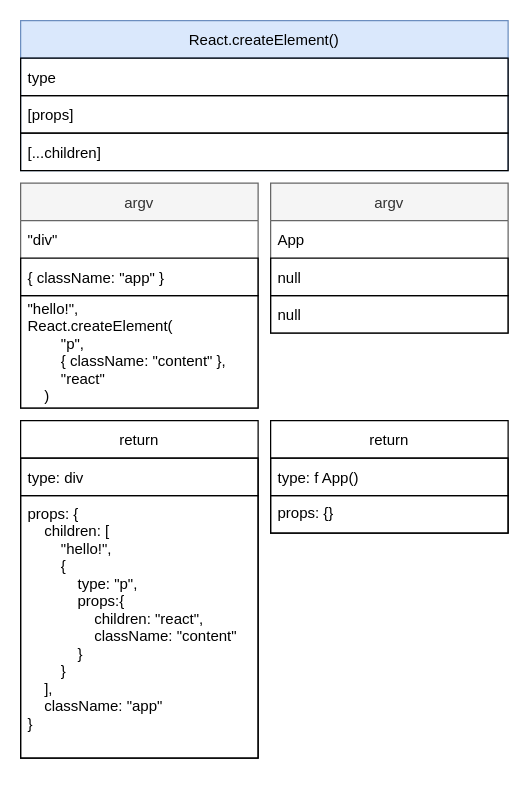
Above: react_source.drawio in qqqqqcy/processon (draw.io), before the change. Source tidied: cells renumbered, new cells numbered last; positions are measured from the earlier drawing's top-left corner, leaving out a move shared by most shapes. Both pictures are drawn from the tidied source at 125%, with x=0, y=0 at pixel (20, 20).
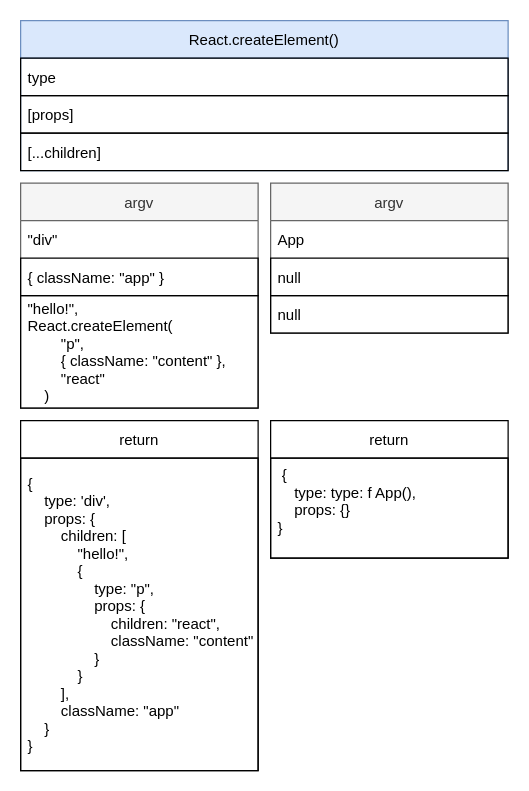
The same diagram, later.

The edit, as a diff of the source:
```diff
@@
 <mxGraphModel>
   <root>
     <mxCell id="0" />
     <mxCell id="1" parent="0" />
     <mxCell id="2" value="React.createElement()" style="swimlane;fontStyle=0;horizontal=1;startSize=30;fillColor=#dae8fc;strokeColor=#6c8ebf;" parent="1" vertex="1">
       <mxGeometry width="390" height="120" as="geometry" />
     </mxCell>
     <mxCell id="3" value="type" style="text;strokeColor=default;fillColor=none;align=left;verticalAlign=middle;spacingLeft=4;spacingRight=4;overflow=hidden;" parent="2" vertex="1">
       <mxGeometry y="30" width="390" height="30" as="geometry" />
     </mxCell>
     <mxCell id="4" value="[props]" style="text;strokeColor=default;fillColor=none;align=left;verticalAlign=middle;spacingLeft=4;spacingRight=4;overflow=hidden;" parent="2" vertex="1">
       <mxGeometry y="60" width="390" height="30" as="geometry" />
     </mxCell>
     <mxCell id="5" value="[...children]" style="text;strokeColor=default;fillColor=none;align=left;verticalAlign=middle;spacingLeft=4;spacingRight=4;overflow=hidden;" parent="2" vertex="1">
       <mxGeometry y="90" width="390" height="30" as="geometry" />
     </mxCell>
     <mxCell id="6" value="argv" style="swimlane;fontStyle=0;horizontal=1;startSize=30;fillColor=#f5f5f5;fontColor=#333333;strokeColor=#666666;" parent="1" vertex="1">
       <mxGeometry y="130" width="190" height="180" as="geometry" />
     </mxCell>
     <mxCell id="7" value="&quot;div&quot;" style="text;strokeColor=none;fillColor=none;align=left;verticalAlign=middle;spacingLeft=4;spacingRight=4;overflow=hidden;" parent="6" vertex="1">
       <mxGeometry y="30" width="190" height="30" as="geometry" />
     </mxCell>
     <mxCell id="8" value="{ className: &quot;app&quot; }" style="text;strokeColor=default;fillColor=none;align=left;verticalAlign=middle;spacingLeft=4;spacingRight=4;overflow=hidden;" parent="6" vertex="1">
       <mxGeometry y="60" width="190" height="30" as="geometry" />
     </mxCell>
     <mxCell id="9" value="&quot;hello!&quot;,&#10;React.createElement(&#10;        &quot;p&quot;,&#10;        { className: &quot;content&quot; },&#10;        &quot;react&quot;&#10;    )" style="text;strokeColor=default;fillColor=none;align=left;verticalAlign=middle;spacingLeft=4;spacingRight=4;overflow=hidden;" parent="6" vertex="1">
       <mxGeometry y="90" width="190" height="90" as="geometry" />
     </mxCell>
     <mxCell id="10" value="return" style="swimlane;fontStyle=0;horizontal=1;startSize=30;" parent="1" vertex="1">
-      <mxGeometry y="320" width="190" height="270" as="geometry" />
+      <mxGeometry y="320" width="190" height="280" as="geometry" />
     </mxCell>
-    <mxCell id="11" value="type: div" style="text;strokeColor=default;fillColor=none;align=left;verticalAlign=middle;spacingLeft=4;spacingRight=4;overflow=hidden;" parent="10" vertex="1">
-      <mxGeometry y="30" width="190" height="30" as="geometry" />
-    </mxCell>
-    <mxCell id="12" value="props: {&#10;    children: [&#10;        &quot;hello!&quot;,&#10;        {&#10;            type: &quot;p&quot;,&#10;            props:{&#10;                children: &quot;react&quot;,&#10;                className: &quot;content&quot;&#10;            }&#10;        }&#10;    ],&#10;    className: &quot;app&quot;&#10;}&#10;" style="text;strokeColor=default;fillColor=none;align=left;verticalAlign=middle;spacingLeft=4;spacingRight=4;overflow=hidden;" parent="10" vertex="1">
-      <mxGeometry y="60" width="190" height="210" as="geometry" />
+    <mxCell id="12" value="{&#10;    type: 'div',&#10;    props: {&#10;        children: [&#10;            &quot;hello!&quot;,&#10;            {&#10;                type: &quot;p&quot;,&#10;                props: {&#10;                    children: &quot;react&quot;,&#10;                    className: &quot;content&quot;&#10;                }&#10;            }&#10;        ],&#10;        className: &quot;app&quot;&#10;    }&#10;}" style="text;strokeColor=default;fillColor=none;align=left;verticalAlign=middle;spacingLeft=4;spacingRight=4;overflow=hidden;" parent="10" vertex="1">
+      <mxGeometry y="30" width="190" height="250" as="geometry" />
     </mxCell>
     <mxCell id="13" value="argv" style="swimlane;fontStyle=0;horizontal=1;startSize=30;fillColor=#f5f5f5;fontColor=#333333;strokeColor=#666666;" parent="1" vertex="1">
       <mxGeometry x="200" y="130" width="190" height="120" as="geometry" />
     </mxCell>
     <mxCell id="14" value="App" style="text;strokeColor=none;fillColor=none;align=left;verticalAlign=middle;spacingLeft=4;spacingRight=4;overflow=hidden;" parent="13" vertex="1">
       <mxGeometry y="30" width="190" height="30" as="geometry" />
     </mxCell>
     <mxCell id="15" value="null" style="text;strokeColor=default;fillColor=none;align=left;verticalAlign=middle;spacingLeft=4;spacingRight=4;overflow=hidden;" parent="13" vertex="1">
       <mxGeometry y="60" width="190" height="30" as="geometry" />
     </mxCell>
     <mxCell id="16" value="null" style="text;strokeColor=default;fillColor=none;align=left;verticalAlign=middle;spacingLeft=4;spacingRight=4;overflow=hidden;" parent="13" vertex="1">
       <mxGeometry y="90" width="190" height="30" as="geometry" />
     </mxCell>
     <mxCell id="17" value="return" style="swimlane;fontStyle=0;horizontal=1;startSize=30;" parent="1" vertex="1">
-      <mxGeometry x="200" y="320" width="190" height="90" as="geometry" />
+      <mxGeometry x="200" y="320" width="190" height="110" as="geometry" />
     </mxCell>
-    <mxCell id="18" value="type: f App()" style="text;strokeColor=default;fillColor=none;align=left;verticalAlign=middle;spacingLeft=4;spacingRight=4;overflow=hidden;" parent="17" vertex="1">
-      <mxGeometry y="30" width="190" height="30" as="geometry" />
-    </mxCell>
-    <mxCell id="19" value="props: {}&#10;" style="text;strokeColor=default;fillColor=none;align=left;verticalAlign=top;spacingLeft=4;spacingRight=4;overflow=hidden;" parent="17" vertex="1">
-      <mxGeometry y="60" width="190" height="30" as="geometry" />
+    <mxCell id="19" value=" {&#10;    type: type: f App(),&#10;    props: {}&#10;}&#10;" style="text;strokeColor=default;fillColor=none;align=left;verticalAlign=top;spacingLeft=4;spacingRight=4;overflow=hidden;" parent="17" vertex="1">
+      <mxGeometry y="30" width="190" height="80" as="geometry" />
     </mxCell>
   </root>
 </mxGraphModel>
```
